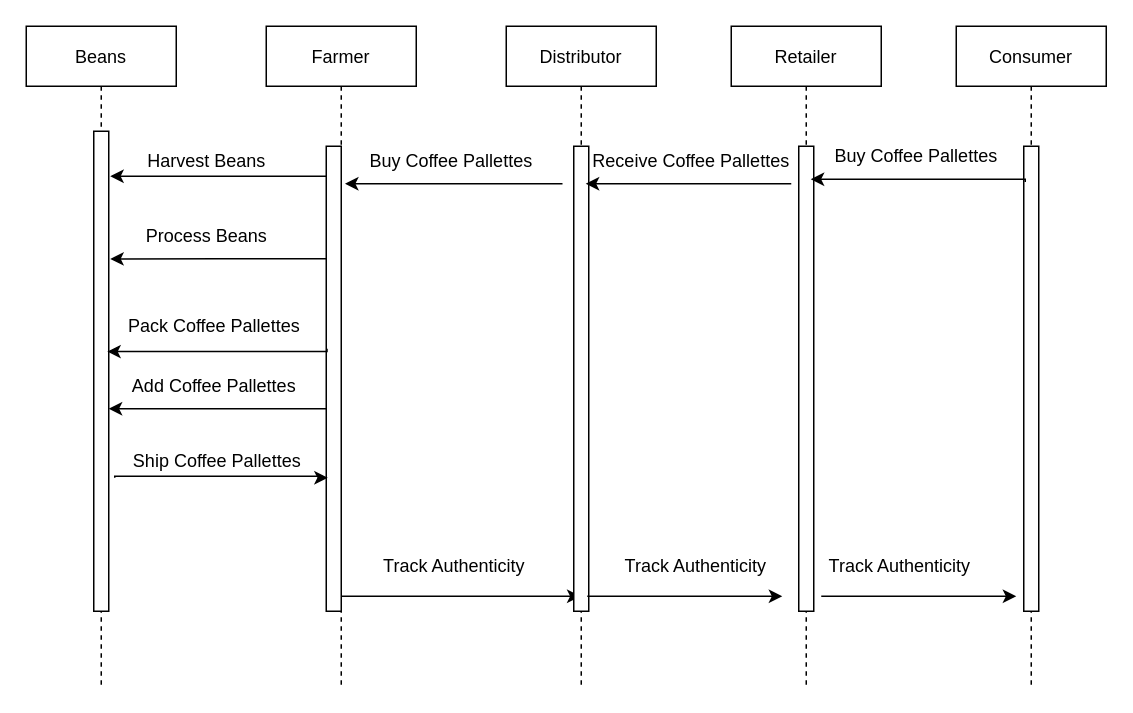
This is uml/sequence-diagram.drawio from nathanrhoda/supply-chain-dapp, a draw.io file, before an edit. Source tidied: cells renumbered, new cells numbered last; positions are measured from the earlier drawing's top-left corner, leaving out a move shared by most shapes. Both pictures are drawn from the tidied source at 150%, with x=0, y=0 at pixel (26, 26).
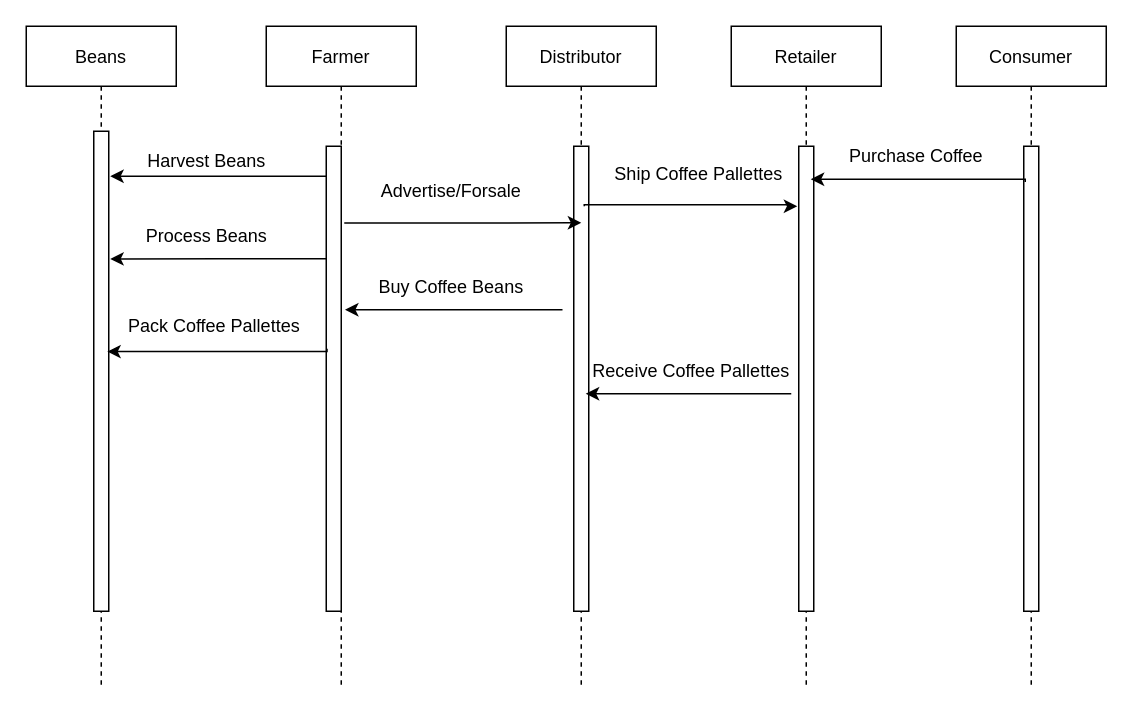
The same page after the edit.

Commit message:
sequence diagram

The change refers to these unchanged cells:
```xml
<mxCell id="5" value="Farmer" style="shape=umlLifeline;perimeter=lifelinePerimeter;rounded=0;shadow=0;strokeWidth=1;" parent="1" vertex="1">
  <mxGeometry x="160" width="100" height="440" as="geometry" />
</mxCell>
<mxCell id="7" value="Distributor" style="shape=umlLifeline;perimeter=lifelinePerimeter;rounded=0;shadow=0;strokeWidth=1;" parent="1" vertex="1">
  <mxGeometry x="320" width="100" height="440" as="geometry" />
</mxCell>
```

What changed in the source:
```diff
@@
-    <mxCell id="4" style="edgeStyle=orthogonalEdgeStyle;rounded=0;jettySize=auto;html=1;" parent="1" edge="1" source="5" target="7">
-      <mxGeometry relative="1" as="geometry">
-        <Array as="points">
-          <mxPoint x="280" y="380" />
-          <mxPoint x="280" y="380" />
-        </Array>
-      </mxGeometry>
-    </mxCell>
@@
-    <mxCell id="19" style="edgeStyle=orthogonalEdgeStyle;rounded=0;orthogonalLoop=1;jettySize=auto;html=1;" parent="1" edge="1">
+    <mxCell id="19" style="edgeStyle=orthogonalEdgeStyle;rounded=0;jettySize=auto;html=1;exitX=0.52;exitY=0.298;exitDx=0;exitDy=0;exitPerimeter=0;" parent="1" edge="1" source="5">
       <mxGeometry relative="1" as="geometry">
-        <mxPoint x="200" y="255" as="sourcePoint" />
-        <mxPoint x="55" y="255" as="targetPoint" />
-        <Array as="points">
-          <mxPoint x="105.5" y="255" />
-          <mxPoint x="105.5" y="255" />
-        </Array>
+        <mxPoint x="370" y="131" as="targetPoint" />
       </mxGeometry>
     </mxCell>
-    <mxCell id="20" value="Add Coffee Pallettes" style="text;html=1;align=center;verticalAlign=middle;strokeColor=none;" parent="1" vertex="1">
-      <mxGeometry x="65" y="230" width="120" height="20" as="geometry" />
+    <mxCell id="20" value="Advertise/Forsale" style="text;html=1;align=center;verticalAlign=middle;strokeColor=none;" parent="1" vertex="1">
+      <mxGeometry x="227.5" y="100" width="110" height="20" as="geometry" />
     </mxCell>
     <mxCell id="21" value="Ship Coffee Pallettes" style="text;html=1;align=center;verticalAlign=middle;strokeColor=none;" parent="1" vertex="1">
-      <mxGeometry x="61.5" y="280" width="130" height="20" as="geometry" />
+      <mxGeometry x="382.5" y="89" width="130" height="20" as="geometry" />
     </mxCell>
     <mxCell id="22" style="edgeStyle=orthogonalEdgeStyle;rounded=0;orthogonalLoop=1;jettySize=auto;html=1;entryX=0.2;entryY=0.713;entryDx=0;entryDy=0;entryPerimeter=0;" parent="1" edge="1">
       <mxGeometry relative="1" as="geometry">
-        <mxPoint x="59" y="301" as="sourcePoint" />
-        <mxPoint x="201" y="301" as="targetPoint" />
+        <mxPoint x="372" y="120" as="sourcePoint" />
+        <mxPoint x="514" y="120" as="targetPoint" />
         <Array as="points">
-          <mxPoint x="59" y="300" />
-          <mxPoint x="197" y="300" />
-          <mxPoint x="197" y="301" />
+          <mxPoint x="372" y="119" />
+          <mxPoint x="510" y="119" />
+          <mxPoint x="510" y="120" />
         </Array>
       </mxGeometry>
     </mxCell>
-    <mxCell id="23" value="Track Authenticity" style="text;html=1;align=center;verticalAlign=middle;strokeColor=none;" parent="1" vertex="1">
-      <mxGeometry x="230" y="350" width="110" height="20" as="geometry" />
-    </mxCell>
-    <mxCell id="24" style="edgeStyle=orthogonalEdgeStyle;rounded=0;orthogonalLoop=1;jettySize=auto;html=1;" parent="1" edge="1">
-      <mxGeometry relative="1" as="geometry">
-        <mxPoint x="374" y="380" as="sourcePoint" />
-        <mxPoint x="504" y="380" as="targetPoint" />
-        <Array as="points">
-          <mxPoint x="444.5" y="380" />
-          <mxPoint x="444.5" y="380" />
-        </Array>
-      </mxGeometry>
-    </mxCell>
-    <mxCell id="25" value="Track Authenticity" style="text;html=1;align=center;verticalAlign=middle;strokeColor=none;" parent="1" vertex="1">
-      <mxGeometry x="390.5" y="350" width="110" height="20" as="geometry" />
-    </mxCell>
-    <mxCell id="26" style="edgeStyle=orthogonalEdgeStyle;rounded=0;orthogonalLoop=1;jettySize=auto;html=1;" parent="1" edge="1">
-      <mxGeometry relative="1" as="geometry">
-        <mxPoint x="530" y="380" as="sourcePoint" />
-        <mxPoint x="660" y="380" as="targetPoint" />
-        <Array as="points">
-          <mxPoint x="585.5" y="380" />
-          <mxPoint x="585.5" y="380" />
-        </Array>
-      </mxGeometry>
-    </mxCell>
-    <mxCell id="27" value="Track Authenticity" style="text;html=1;align=center;verticalAlign=middle;strokeColor=none;" parent="1" vertex="1">
-      <mxGeometry x="526.5" y="350" width="110" height="20" as="geometry" />
-    </mxCell>
     <mxCell id="28" style="edgeStyle=orthogonalEdgeStyle;rounded=0;orthogonalLoop=1;jettySize=auto;html=1;" parent="1" edge="1">
       <mxGeometry relative="1" as="geometry">
-        <mxPoint x="357.5" y="105" as="sourcePoint" />
-        <mxPoint x="212.5" y="105" as="targetPoint" />
+        <mxPoint x="357.5" y="189" as="sourcePoint" />
+        <mxPoint x="212.5" y="189" as="targetPoint" />
         <Array as="points">
-          <mxPoint x="263" y="105" />
-          <mxPoint x="263" y="105" />
+          <mxPoint x="263" y="189" />
+          <mxPoint x="263" y="189" />
         </Array>
       </mxGeometry>
     </mxCell>
-    <mxCell id="29" value="Buy Coffee Pallettes" style="text;html=1;align=center;verticalAlign=middle;strokeColor=none;" parent="1" vertex="1">
-      <mxGeometry x="222.5" y="80" width="120" height="20" as="geometry" />
+    <mxCell id="29" value="Buy Coffee Beans" style="text;html=1;align=center;verticalAlign=middle;strokeColor=none;" parent="1" vertex="1">
+      <mxGeometry x="227.5" y="164" width="110" height="20" as="geometry" />
     </mxCell>
     <mxCell id="30" style="edgeStyle=orthogonalEdgeStyle;rounded=0;orthogonalLoop=1;jettySize=auto;html=1;" parent="1" edge="1">
       <mxGeometry relative="1" as="geometry">
-        <mxPoint x="510" y="105" as="sourcePoint" />
-        <mxPoint x="373" y="105" as="targetPoint" />
+        <mxPoint x="510" y="245" as="sourcePoint" />
+        <mxPoint x="373" y="245" as="targetPoint" />
         <Array as="points">
-          <mxPoint x="423.5" y="105" />
-          <mxPoint x="423.5" y="105" />
+          <mxPoint x="423.5" y="245" />
+          <mxPoint x="423.5" y="245" />
         </Array>
       </mxGeometry>
     </mxCell>
     <mxCell id="31" value="Receive Coffee Pallettes" style="text;html=1;align=center;verticalAlign=middle;strokeColor=none;" parent="1" vertex="1">
-      <mxGeometry x="368" y="80" width="150" height="20" as="geometry" />
+      <mxGeometry x="368" y="220" width="150" height="20" as="geometry" />
     </mxCell>
@@
-    <mxCell id="33" value="Buy Coffee Pallettes" style="text;html=1;align=center;verticalAlign=middle;strokeColor=none;" parent="1" vertex="1">
-      <mxGeometry x="533" y="77" width="120" height="20" as="geometry" />
+    <mxCell id="33" value="Purchase Coffee" style="text;html=1;align=center;verticalAlign=middle;strokeColor=none;" parent="1" vertex="1">
+      <mxGeometry x="543" y="77" width="100" height="20" as="geometry" />
     </mxCell>
```
